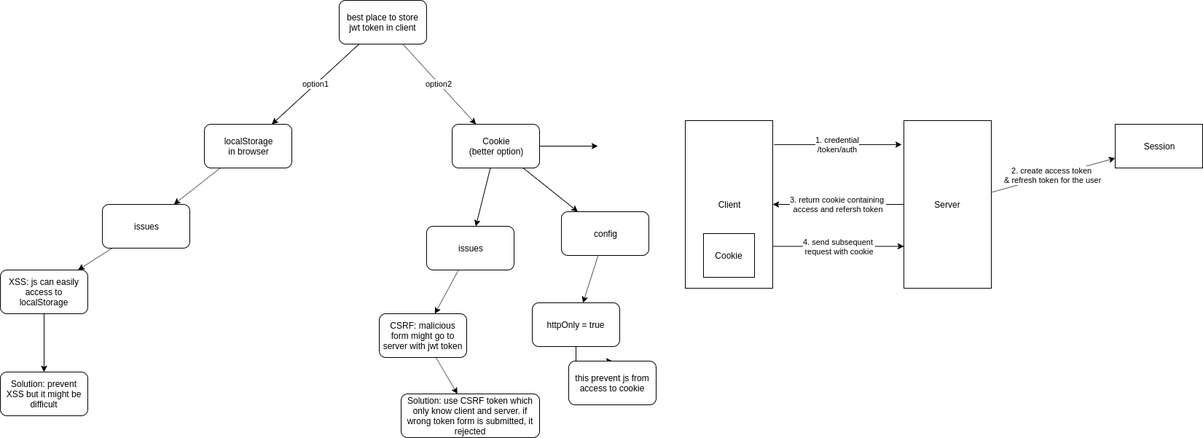
This is jwt_storage_location.PNG from stsiwo/security_concept, a draw.io export, as it was before one commit. Source tidied: cells renumbered, new cells last; positions are measured from the earlier drawing's top-left corner, leaving out a move shared by most shapes.
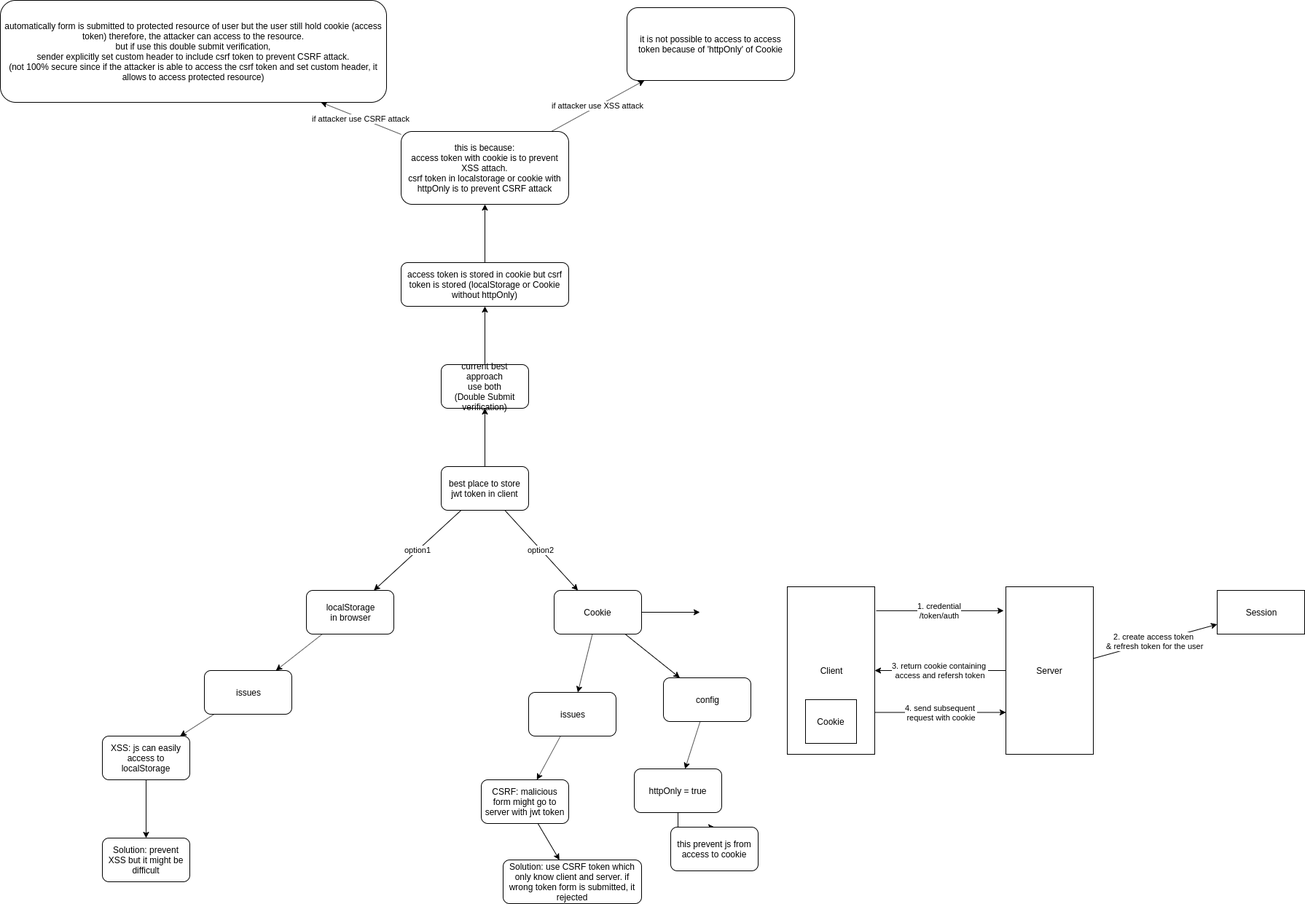
The same file after the commit.

What changed in the source:
```diff
@@ -8,9 +8,39 @@
     <mxCell id="3" value="option2" style="edgeStyle=none;rounded=0;jettySize=auto;html=1;" parent="1" edge="1" source="4" target="15">
       <mxGeometry relative="1" as="geometry" />
     </mxCell>
+    <mxCell id="34" style="edgeStyle=orthogonalEdgeStyle;rounded=0;jettySize=auto;html=1;" parent="1" edge="1" source="4" target="36">
+      <mxGeometry relative="1" as="geometry" />
+    </mxCell>
     <mxCell id="4" value="best place to store jwt token in client" style="rounded=1;whiteSpace=wrap;html=1;" parent="1" vertex="1">
       <mxGeometry x="465" width="120" height="60" as="geometry" />
     </mxCell>
+    <mxCell id="35" style="rounded=0;jettySize=auto;html=1;" parent="1" edge="1" source="36" target="38">
+      <mxGeometry relative="1" as="geometry" />
+    </mxCell>
+    <mxCell id="36" value="current best approach&lt;br&gt;use both&lt;br&gt;(Double Submit verification)" style="rounded=1;whiteSpace=wrap;html=1;" parent="1" vertex="1">
+      <mxGeometry x="465" y="-140" width="120" height="60" as="geometry" />
+    </mxCell>
+    <mxCell id="37" style="edgeStyle=none;rounded=0;jettySize=auto;html=1;" parent="1" edge="1" source="38" target="41">
+      <mxGeometry relative="1" as="geometry" />
+    </mxCell>
+    <mxCell id="38" value="access token is stored in cookie but csrf token is stored (localStorage or Cookie without httpOnly)" style="rounded=1;whiteSpace=wrap;html=1;" parent="1" vertex="1">
+      <mxGeometry x="410" y="-280" width="230" height="60" as="geometry" />
+    </mxCell>
+    <mxCell id="39" value="if attacker use CSRF attack" style="edgeStyle=none;rounded=0;jettySize=auto;html=1;" parent="1" edge="1" source="41" target="43">
+      <mxGeometry relative="1" as="geometry" />
+    </mxCell>
+    <mxCell id="40" value="if attacker use XSS attack" style="edgeStyle=none;rounded=0;jettySize=auto;html=1;" parent="1" edge="1" source="41" target="42">
+      <mxGeometry relative="1" as="geometry" />
+    </mxCell>
+    <mxCell id="41" value="this is because:&lt;br&gt;access token with cookie is to prevent XSS attach.&lt;br&gt;csrf token in localstorage or cookie with httpOnly is to prevent CSRF attack" style="rounded=1;whiteSpace=wrap;html=1;" parent="1" vertex="1">
+      <mxGeometry x="410" y="-460" width="230" height="100" as="geometry" />
+    </mxCell>
+    <mxCell id="42" value="it is not possible to access to access token because of 'httpOnly' of Cookie" style="rounded=1;whiteSpace=wrap;html=1;" parent="1" vertex="1">
+      <mxGeometry x="720" y="-630" width="230" height="100" as="geometry" />
+    </mxCell>
+    <mxCell id="43" value="automatically form is submitted to protected resource of user but the user still hold cookie (access token) therefore, the attacker can access to the resource.&lt;br&gt;but if use this double submit verification,&lt;br&gt;sender explicitly set custom header to include csrf token to prevent CSRF attack.&lt;br&gt;(not 100% secure since if the attacker is able to access the csrf token and set custom header, it allows to access protected resource)&lt;br&gt;" style="rounded=1;whiteSpace=wrap;html=1;" parent="1" vertex="1">
+      <mxGeometry x="-140" y="-640" width="530" height="140" as="geometry" />
+    </mxCell>
     <mxCell id="5" style="edgeStyle=none;rounded=0;jettySize=auto;html=1;" parent="1" edge="1" source="6" target="8">
       <mxGeometry relative="1" as="geometry" />
     </mxCell>
@@ -43,7 +73,7 @@
         <mxPoint x="820" y="200" as="targetPoint" />
       </mxGeometry>
     </mxCell>
-    <mxCell id="15" value="Cookie&lt;br&gt;(better option)" style="rounded=1;whiteSpace=wrap;html=1;" parent="1" vertex="1">
+    <mxCell id="15" value="Cookie" style="rounded=1;whiteSpace=wrap;html=1;" parent="1" vertex="1">
       <mxGeometry x="620" y="170" width="120" height="60" as="geometry" />
     </mxCell>
     <mxCell id="16" style="edgeStyle=none;rounded=0;jettySize=auto;html=1;" parent="1" edge="1" source="17" target="19">
```
